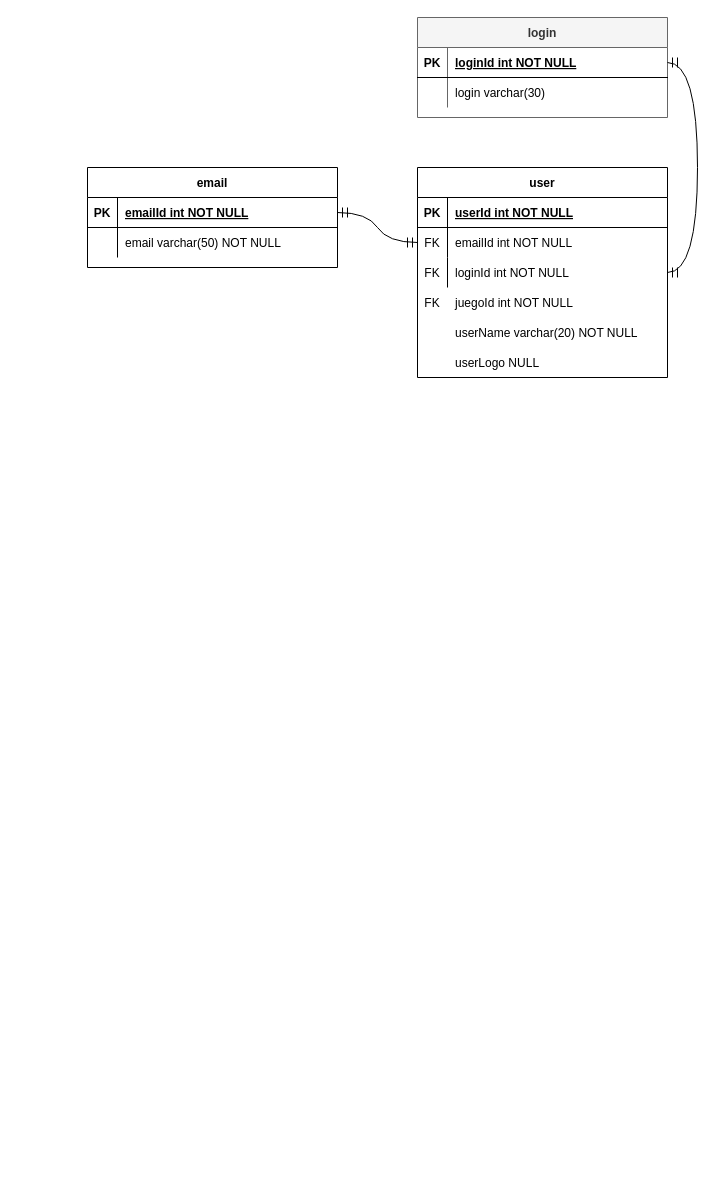
MasacradorM/juegoConjuntos keeps this draw.io diagram as img/Diagrama sin título.drawio. Above is the earlier version. Source tidied: cells renumbered, new cells numbered last; positions are measured from the earlier drawing's top-left corner, leaving out a move shared by most shapes. Both pictures are drawn from the tidied source at 100%, with x=0, y=0 at pixel (87, 17).
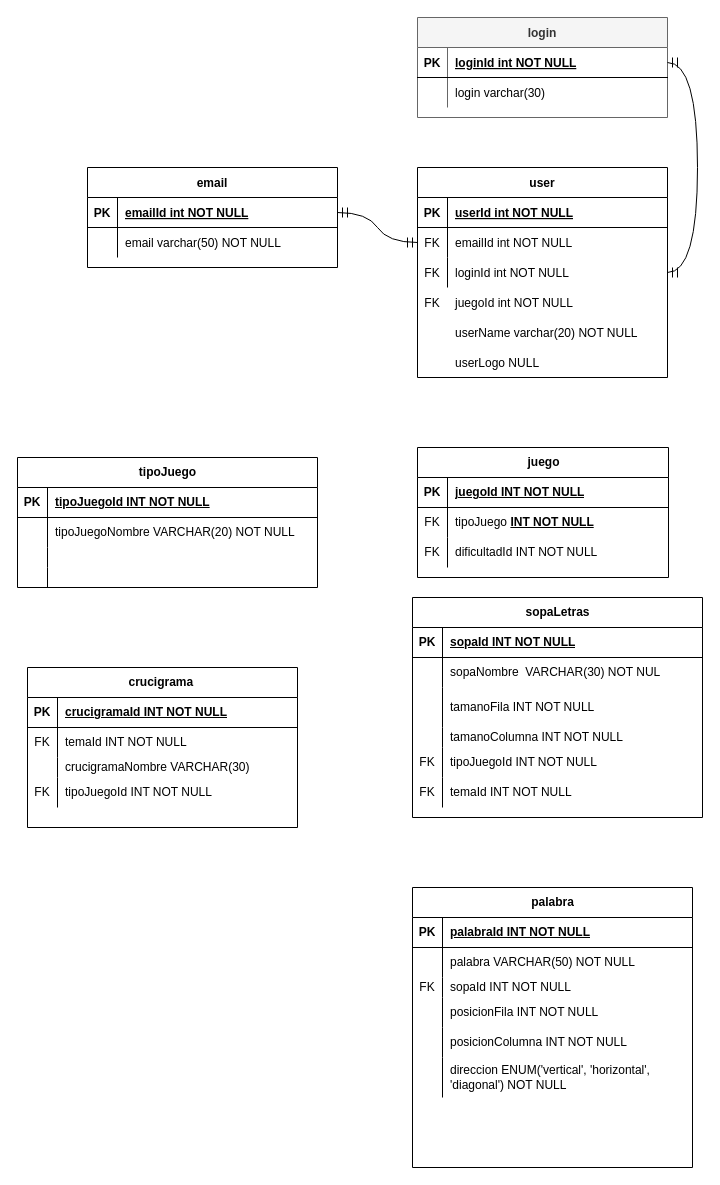
After the change.

The edit, as a diff of the source:
```diff
@@
+    <mxCell id="33" value="juego" style="shape=table;startSize=30;childLayout=tableLayout;rowLines=0;fontStyle=1;align=center;html=1;" parent="1" vertex="1">
+      <mxGeometry x="330" y="430" width="251" height="130" as="geometry" />
+    </mxCell>
+    <mxCell id="34" style="shape=tableRow;horizontal=0;startSize=0;swimlaneHead=0;swimlaneBody=0;fillColor=none;top=0;left=0;right=0;bottom=1;" parent="33" vertex="1">
+      <mxGeometry y="30" width="251" height="30" as="geometry" />
+    </mxCell>
+    <mxCell id="35" value="PK" style="shape=partialRectangle;fillColor=none;top=0;left=0;bottom=0;right=0;fontStyle=1;overflow=hidden;whiteSpace=wrap;html=1;" parent="34" vertex="1">
+      <mxGeometry width="30" height="30" as="geometry" />
+    </mxCell>
+    <mxCell id="36" value="juegoId INT NOT NULL" style="shape=partialRectangle;fillColor=none;top=0;left=0;bottom=0;right=0;align=left;spacingLeft=6;fontStyle=5;overflow=hidden;whiteSpace=wrap;html=1;" parent="34" vertex="1">
+      <mxGeometry x="30" width="221" height="30" as="geometry" />
+    </mxCell>
+    <mxCell id="37" style="shape=tableRow;horizontal=0;startSize=0;swimlaneHead=0;swimlaneBody=0;fillColor=none;top=0;left=0;right=0;bottom=0;" parent="33" vertex="1">
+      <mxGeometry y="60" width="251" height="30" as="geometry" />
+    </mxCell>
+    <mxCell id="38" value="FK" style="shape=partialRectangle;fillColor=none;top=0;left=0;bottom=0;right=0;overflow=hidden;whiteSpace=wrap;html=1;" parent="37" vertex="1">
+      <mxGeometry width="30" height="30" as="geometry" />
+    </mxCell>
+    <mxCell id="39" value="tipoJuego&amp;nbsp;&lt;span style=&quot;font-weight: 700; text-decoration-line: underline;&quot;&gt;INT NOT NULL&lt;/span&gt;" style="shape=partialRectangle;fillColor=none;top=0;left=0;bottom=0;right=0;align=left;spacingLeft=6;overflow=hidden;whiteSpace=wrap;html=1;" parent="37" vertex="1">
+      <mxGeometry x="30" width="221" height="30" as="geometry" />
+    </mxCell>
+    <mxCell id="40" style="shape=tableRow;horizontal=0;startSize=0;swimlaneHead=0;swimlaneBody=0;fillColor=none;top=0;left=0;right=0;bottom=0;" parent="33" vertex="1">
+      <mxGeometry y="90" width="251" height="30" as="geometry" />
+    </mxCell>
+    <mxCell id="41" value="FK" style="shape=partialRectangle;fillColor=none;top=0;left=0;bottom=0;right=0;overflow=hidden;whiteSpace=wrap;html=1;" parent="40" vertex="1">
+      <mxGeometry width="30" height="30" as="geometry" />
+    </mxCell>
+    <mxCell id="42" value="dificultadId INT NOT NULL" style="shape=partialRectangle;fillColor=none;top=0;left=0;bottom=0;right=0;align=left;spacingLeft=6;overflow=hidden;whiteSpace=wrap;html=1;" parent="40" vertex="1">
+      <mxGeometry x="30" width="221" height="30" as="geometry" />
+    </mxCell>
+    <mxCell id="43" value="tipoJuego" style="shape=table;startSize=30;childLayout=tableLayout;rowLines=0;fontStyle=1;align=center;html=1;" parent="1" vertex="1">
+      <mxGeometry x="-70" y="440" width="300" height="130" as="geometry" />
+    </mxCell>
+    <mxCell id="44" style="shape=tableRow;horizontal=0;startSize=0;swimlaneHead=0;swimlaneBody=0;fillColor=none;top=0;left=0;right=0;bottom=1;" parent="43" vertex="1">
+      <mxGeometry y="30" width="300" height="30" as="geometry" />
+    </mxCell>
+    <mxCell id="45" value="PK" style="shape=partialRectangle;fillColor=none;top=0;left=0;bottom=0;right=0;fontStyle=1;overflow=hidden;whiteSpace=wrap;html=1;" parent="44" vertex="1">
+      <mxGeometry width="30" height="30" as="geometry" />
+    </mxCell>
+    <mxCell id="46" value="tipoJuegoId INT NOT NULL" style="shape=partialRectangle;fillColor=none;top=0;left=0;bottom=0;right=0;align=left;spacingLeft=6;fontStyle=5;overflow=hidden;whiteSpace=wrap;html=1;" parent="44" vertex="1">
+      <mxGeometry x="30" width="270" height="30" as="geometry" />
+    </mxCell>
+    <mxCell id="47" style="shape=tableRow;horizontal=0;startSize=0;swimlaneHead=0;swimlaneBody=0;fillColor=none;top=0;left=0;right=0;bottom=0;" parent="43" vertex="1">
+      <mxGeometry y="60" width="300" height="30" as="geometry" />
+    </mxCell>
+    <mxCell id="48" style="shape=partialRectangle;fillColor=none;top=0;left=0;bottom=0;right=0;overflow=hidden;whiteSpace=wrap;html=1;" parent="47" vertex="1">
+      <mxGeometry width="30" height="30" as="geometry" />
+    </mxCell>
+    <mxCell id="49" value="tipoJuegoNombre VARCHAR(20) NOT NULL" style="shape=partialRectangle;fillColor=none;top=0;left=0;bottom=0;right=0;align=left;spacingLeft=6;overflow=hidden;whiteSpace=wrap;html=1;" parent="47" vertex="1">
+      <mxGeometry x="30" width="270" height="30" as="geometry" />
+    </mxCell>
+    <mxCell id="50" style="shape=tableRow;horizontal=0;startSize=0;swimlaneHead=0;swimlaneBody=0;fillColor=none;top=0;left=0;right=0;bottom=0;" parent="43" vertex="1">
+      <mxGeometry y="90" width="300" height="20" as="geometry" />
+    </mxCell>
+    <mxCell id="51" style="shape=partialRectangle;fillColor=none;top=0;left=0;bottom=0;right=0;overflow=hidden;whiteSpace=wrap;html=1;" parent="50" vertex="1">
+      <mxGeometry width="30" height="20" as="geometry" />
+    </mxCell>
+    <mxCell id="52" style="shape=partialRectangle;fillColor=none;top=0;left=0;bottom=0;right=0;align=left;spacingLeft=6;overflow=hidden;whiteSpace=wrap;html=1;" parent="50" vertex="1">
+      <mxGeometry x="30" width="270" height="20" as="geometry" />
+    </mxCell>
+    <mxCell id="53" style="shape=tableRow;horizontal=0;startSize=0;swimlaneHead=0;swimlaneBody=0;fillColor=none;top=0;left=0;right=0;bottom=0;" parent="43" vertex="1">
+      <mxGeometry y="110" width="300" height="20" as="geometry" />
+    </mxCell>
+    <mxCell id="54" style="shape=partialRectangle;fillColor=none;top=0;left=0;bottom=0;right=0;overflow=hidden;whiteSpace=wrap;html=1;" parent="53" vertex="1">
+      <mxGeometry width="30" height="20" as="geometry" />
+    </mxCell>
+    <mxCell id="55" style="shape=partialRectangle;fillColor=none;top=0;left=0;bottom=0;right=0;align=left;spacingLeft=6;overflow=hidden;whiteSpace=wrap;html=1;" parent="53" vertex="1">
+      <mxGeometry x="30" width="270" height="20" as="geometry" />
+    </mxCell>
+    <mxCell id="56" value="crucigrama&amp;nbsp;" style="shape=table;startSize=30;childLayout=tableLayout;rowLines=0;fontStyle=1;align=center;html=1;" parent="1" vertex="1">
+      <mxGeometry x="-60" y="650" width="270" height="160" as="geometry" />
+    </mxCell>
+    <mxCell id="57" style="shape=tableRow;horizontal=0;startSize=0;swimlaneHead=0;swimlaneBody=0;fillColor=none;top=0;left=0;right=0;bottom=1;" parent="56" vertex="1">
+      <mxGeometry y="30" width="270" height="30" as="geometry" />
+    </mxCell>
+    <mxCell id="58" value="PK" style="shape=partialRectangle;fillColor=none;top=0;left=0;bottom=0;right=0;fontStyle=1;overflow=hidden;whiteSpace=wrap;html=1;" parent="57" vertex="1">
+      <mxGeometry width="30" height="30" as="geometry" />
+    </mxCell>
+    <mxCell id="59" value="crucigramaId INT NOT NULL" style="shape=partialRectangle;fillColor=none;top=0;left=0;bottom=0;right=0;align=left;spacingLeft=6;fontStyle=5;overflow=hidden;whiteSpace=wrap;html=1;" parent="57" vertex="1">
+      <mxGeometry x="30" width="240" height="30" as="geometry" />
+    </mxCell>
+    <mxCell id="60" style="shape=tableRow;horizontal=0;startSize=0;swimlaneHead=0;swimlaneBody=0;fillColor=none;top=0;left=0;right=0;bottom=0;" parent="56" vertex="1">
+      <mxGeometry y="60" width="270" height="30" as="geometry" />
+    </mxCell>
+    <mxCell id="61" value="FK" style="shape=partialRectangle;fillColor=none;top=0;left=0;bottom=0;right=0;overflow=hidden;whiteSpace=wrap;html=1;" parent="60" vertex="1">
+      <mxGeometry width="30" height="30" as="geometry" />
+    </mxCell>
+    <mxCell id="62" value="temaId INT NOT NULL" style="shape=partialRectangle;fillColor=none;top=0;left=0;bottom=0;right=0;align=left;spacingLeft=6;overflow=hidden;whiteSpace=wrap;html=1;" parent="60" vertex="1">
+      <mxGeometry x="30" width="240" height="30" as="geometry" />
+    </mxCell>
+    <mxCell id="63" style="shape=tableRow;horizontal=0;startSize=0;swimlaneHead=0;swimlaneBody=0;fillColor=none;top=0;left=0;right=0;bottom=0;" parent="56" vertex="1">
+      <mxGeometry y="90" width="270" height="20" as="geometry" />
+    </mxCell>
+    <mxCell id="64" style="shape=partialRectangle;fillColor=none;top=0;left=0;bottom=0;right=0;overflow=hidden;whiteSpace=wrap;html=1;" parent="63" vertex="1">
+      <mxGeometry width="30" height="20" as="geometry" />
+    </mxCell>
+    <mxCell id="65" value="crucigramaNombre VARCHAR(30)" style="shape=partialRectangle;fillColor=none;top=0;left=0;bottom=0;right=0;align=left;spacingLeft=6;overflow=hidden;whiteSpace=wrap;html=1;" parent="63" vertex="1">
+      <mxGeometry x="30" width="240" height="20" as="geometry" />
+    </mxCell>
+    <mxCell id="66" style="shape=tableRow;horizontal=0;startSize=0;swimlaneHead=0;swimlaneBody=0;fillColor=none;top=0;left=0;right=0;bottom=0;" parent="56" vertex="1">
+      <mxGeometry y="110" width="270" height="30" as="geometry" />
+    </mxCell>
+    <mxCell id="67" value="FK" style="shape=partialRectangle;fillColor=none;top=0;left=0;bottom=0;right=0;overflow=hidden;whiteSpace=wrap;html=1;" parent="66" vertex="1">
+      <mxGeometry width="30" height="30" as="geometry" />
+    </mxCell>
+    <mxCell id="68" value="tipoJuegoId INT NOT NULL" style="shape=partialRectangle;fillColor=none;top=0;left=0;bottom=0;right=0;align=left;spacingLeft=6;overflow=hidden;whiteSpace=wrap;html=1;" parent="66" vertex="1">
+      <mxGeometry x="30" width="240" height="30" as="geometry" />
+    </mxCell>
+    <mxCell id="69" value="sopaLetras" style="shape=table;startSize=30;childLayout=tableLayout;rowLines=0;fontStyle=1;align=center;html=1;" parent="1" vertex="1">
+      <mxGeometry x="325" y="580" width="290" height="220" as="geometry" />
+    </mxCell>
+    <mxCell id="70" style="shape=tableRow;horizontal=0;startSize=0;swimlaneHead=0;swimlaneBody=0;fillColor=none;top=0;left=0;right=0;bottom=1;" parent="69" vertex="1">
+      <mxGeometry y="30" width="290" height="30" as="geometry" />
+    </mxCell>
+    <mxCell id="71" value="PK" style="shape=partialRectangle;fillColor=none;top=0;left=0;bottom=0;right=0;fontStyle=1;overflow=hidden;whiteSpace=wrap;html=1;" parent="70" vertex="1">
+      <mxGeometry width="30" height="30" as="geometry" />
+    </mxCell>
+    <mxCell id="72" value="sopaId INT NOT NULL" style="shape=partialRectangle;fillColor=none;top=0;left=0;bottom=0;right=0;align=left;spacingLeft=6;fontStyle=5;overflow=hidden;whiteSpace=wrap;html=1;" parent="70" vertex="1">
+      <mxGeometry x="30" width="260" height="30" as="geometry" />
+    </mxCell>
+    <mxCell id="73" style="shape=tableRow;horizontal=0;startSize=0;swimlaneHead=0;swimlaneBody=0;fillColor=none;top=0;left=0;right=0;bottom=0;" parent="69" vertex="1">
+      <mxGeometry y="60" width="290" height="30" as="geometry" />
+    </mxCell>
+    <mxCell id="74" style="shape=partialRectangle;fillColor=none;top=0;left=0;bottom=0;right=0;overflow=hidden;whiteSpace=wrap;html=1;" parent="73" vertex="1">
+      <mxGeometry width="30" height="30" as="geometry" />
+    </mxCell>
+    <mxCell id="75" value="sopaNombre&amp;nbsp; VARCHAR(30) NOT NUL" style="shape=partialRectangle;fillColor=none;top=0;left=0;bottom=0;right=0;align=left;spacingLeft=6;overflow=hidden;whiteSpace=wrap;html=1;" parent="73" vertex="1">
+      <mxGeometry x="30" width="260" height="30" as="geometry" />
+    </mxCell>
+    <mxCell id="76" style="shape=tableRow;horizontal=0;startSize=0;swimlaneHead=0;swimlaneBody=0;fillColor=none;top=0;left=0;right=0;bottom=0;" parent="69" vertex="1">
+      <mxGeometry y="90" width="290" height="40" as="geometry" />
+    </mxCell>
+    <mxCell id="77" style="shape=partialRectangle;fillColor=none;top=0;left=0;bottom=0;right=0;overflow=hidden;whiteSpace=wrap;html=1;" parent="76" vertex="1">
+      <mxGeometry width="30" height="40" as="geometry" />
+    </mxCell>
+    <mxCell id="78" value="tamanoFila INT NOT NULL" style="shape=partialRectangle;fillColor=none;top=0;left=0;bottom=0;right=0;align=left;spacingLeft=6;overflow=hidden;whiteSpace=wrap;html=1;" parent="76" vertex="1">
+      <mxGeometry x="30" width="260" height="40" as="geometry" />
+    </mxCell>
+    <mxCell id="79" style="shape=tableRow;horizontal=0;startSize=0;swimlaneHead=0;swimlaneBody=0;fillColor=none;top=0;left=0;right=0;bottom=0;" parent="69" vertex="1">
+      <mxGeometry y="130" width="290" height="20" as="geometry" />
+    </mxCell>
+    <mxCell id="80" style="shape=partialRectangle;fillColor=none;top=0;left=0;bottom=0;right=0;overflow=hidden;whiteSpace=wrap;html=1;" parent="79" vertex="1">
+      <mxGeometry width="30" height="20" as="geometry" />
+    </mxCell>
+    <mxCell id="81" value="tamanoColumna INT NOT NULL" style="shape=partialRectangle;fillColor=none;top=0;left=0;bottom=0;right=0;align=left;spacingLeft=6;overflow=hidden;whiteSpace=wrap;html=1;" parent="79" vertex="1">
+      <mxGeometry x="30" width="260" height="20" as="geometry" />
+    </mxCell>
+    <mxCell id="82" style="shape=tableRow;horizontal=0;startSize=0;swimlaneHead=0;swimlaneBody=0;fillColor=none;top=0;left=0;right=0;bottom=0;" parent="69" vertex="1">
+      <mxGeometry y="150" width="290" height="30" as="geometry" />
+    </mxCell>
+    <mxCell id="83" value="FK" style="shape=partialRectangle;fillColor=none;top=0;left=0;bottom=0;right=0;overflow=hidden;whiteSpace=wrap;html=1;" parent="82" vertex="1">
+      <mxGeometry width="30" height="30" as="geometry" />
+    </mxCell>
+    <mxCell id="84" value="tipoJuegoId INT NOT NULL" style="shape=partialRectangle;fillColor=none;top=0;left=0;bottom=0;right=0;align=left;spacingLeft=6;overflow=hidden;whiteSpace=wrap;html=1;" parent="82" vertex="1">
+      <mxGeometry x="30" width="260" height="30" as="geometry" />
+    </mxCell>
+    <mxCell id="85" style="shape=tableRow;horizontal=0;startSize=0;swimlaneHead=0;swimlaneBody=0;fillColor=none;top=0;left=0;right=0;bottom=0;" parent="69" vertex="1">
+      <mxGeometry y="180" width="290" height="30" as="geometry" />
+    </mxCell>
+    <mxCell id="86" value="FK" style="shape=partialRectangle;fillColor=none;top=0;left=0;bottom=0;right=0;overflow=hidden;whiteSpace=wrap;html=1;" parent="85" vertex="1">
+      <mxGeometry width="30" height="30" as="geometry" />
+    </mxCell>
+    <mxCell id="87" value="temaId INT NOT NULL" style="shape=partialRectangle;fillColor=none;top=0;left=0;bottom=0;right=0;align=left;spacingLeft=6;overflow=hidden;whiteSpace=wrap;html=1;" parent="85" vertex="1">
+      <mxGeometry x="30" width="260" height="30" as="geometry" />
+    </mxCell>
+    <mxCell id="88" value="palabra" style="shape=table;startSize=30;childLayout=tableLayout;rowLines=0;fontStyle=1;align=center;html=1;" parent="1" vertex="1">
+      <mxGeometry x="325" y="870" width="280" height="280" as="geometry" />
+    </mxCell>
+    <mxCell id="89" style="shape=tableRow;horizontal=0;startSize=0;swimlaneHead=0;swimlaneBody=0;fillColor=none;top=0;left=0;right=0;bottom=1;" parent="88" vertex="1">
+      <mxGeometry y="30" width="280" height="30" as="geometry" />
+    </mxCell>
+    <mxCell id="90" value="PK" style="shape=partialRectangle;fillColor=none;top=0;left=0;bottom=0;right=0;fontStyle=1;overflow=hidden;whiteSpace=wrap;html=1;" parent="89" vertex="1">
+      <mxGeometry width="30" height="30" as="geometry" />
+    </mxCell>
+    <mxCell id="91" value="palabraId INT NOT NULL" style="shape=partialRectangle;fillColor=none;top=0;left=0;bottom=0;right=0;align=left;spacingLeft=6;fontStyle=5;overflow=hidden;whiteSpace=wrap;html=1;" parent="89" vertex="1">
+      <mxGeometry x="30" width="250" height="30" as="geometry" />
+    </mxCell>
+    <mxCell id="92" style="shape=tableRow;horizontal=0;startSize=0;swimlaneHead=0;swimlaneBody=0;fillColor=none;top=0;left=0;right=0;bottom=0;" parent="88" vertex="1">
+      <mxGeometry y="60" width="280" height="30" as="geometry" />
+    </mxCell>
+    <mxCell id="93" style="shape=partialRectangle;fillColor=none;top=0;left=0;bottom=0;right=0;overflow=hidden;whiteSpace=wrap;html=1;" parent="92" vertex="1">
+      <mxGeometry width="30" height="30" as="geometry" />
+    </mxCell>
+    <mxCell id="94" value="palabra VARCHAR(50) NOT NULL" style="shape=partialRectangle;fillColor=none;top=0;left=0;bottom=0;right=0;align=left;spacingLeft=6;overflow=hidden;whiteSpace=wrap;html=1;" parent="92" vertex="1">
+      <mxGeometry x="30" width="250" height="30" as="geometry" />
+    </mxCell>
+    <mxCell id="95" style="shape=tableRow;horizontal=0;startSize=0;swimlaneHead=0;swimlaneBody=0;fillColor=none;top=0;left=0;right=0;bottom=0;" parent="88" vertex="1">
+      <mxGeometry y="90" width="280" height="20" as="geometry" />
+    </mxCell>
+    <mxCell id="96" value="FK" style="shape=partialRectangle;fillColor=none;top=0;left=0;bottom=0;right=0;overflow=hidden;whiteSpace=wrap;html=1;" parent="95" vertex="1">
+      <mxGeometry width="30" height="20" as="geometry" />
+    </mxCell>
+    <mxCell id="97" value="sopaId INT NOT NULL" style="shape=partialRectangle;fillColor=none;top=0;left=0;bottom=0;right=0;align=left;spacingLeft=6;overflow=hidden;whiteSpace=wrap;html=1;" parent="95" vertex="1">
+      <mxGeometry x="30" width="250" height="20" as="geometry" />
+    </mxCell>
+    <mxCell id="98" style="shape=tableRow;horizontal=0;startSize=0;swimlaneHead=0;swimlaneBody=0;fillColor=none;top=0;left=0;right=0;bottom=0;" parent="88" vertex="1">
+      <mxGeometry y="110" width="280" height="30" as="geometry" />
+    </mxCell>
+    <mxCell id="99" style="shape=partialRectangle;fillColor=none;top=0;left=0;bottom=0;right=0;overflow=hidden;whiteSpace=wrap;html=1;" parent="98" vertex="1">
+      <mxGeometry width="30" height="30" as="geometry" />
+    </mxCell>
+    <mxCell id="100" value="posicionFila INT NOT NULL" style="shape=partialRectangle;fillColor=none;top=0;left=0;bottom=0;right=0;align=left;spacingLeft=6;overflow=hidden;whiteSpace=wrap;html=1;" parent="98" vertex="1">
+      <mxGeometry x="30" width="250" height="30" as="geometry" />
+    </mxCell>
+    <mxCell id="101" style="shape=tableRow;horizontal=0;startSize=0;swimlaneHead=0;swimlaneBody=0;fillColor=none;top=0;left=0;right=0;bottom=0;" parent="88" vertex="1">
+      <mxGeometry y="140" width="280" height="30" as="geometry" />
+    </mxCell>
+    <mxCell id="102" style="shape=partialRectangle;fillColor=none;top=0;left=0;bottom=0;right=0;overflow=hidden;whiteSpace=wrap;html=1;" parent="101" vertex="1">
+      <mxGeometry width="30" height="30" as="geometry" />
+    </mxCell>
+    <mxCell id="103" value="posicionColumna INT NOT NULL" style="shape=partialRectangle;fillColor=none;top=0;left=0;bottom=0;right=0;align=left;spacingLeft=6;overflow=hidden;whiteSpace=wrap;html=1;" parent="101" vertex="1">
+      <mxGeometry x="30" width="250" height="30" as="geometry" />
+    </mxCell>
+    <mxCell id="104" style="shape=tableRow;horizontal=0;startSize=0;swimlaneHead=0;swimlaneBody=0;fillColor=none;top=0;left=0;right=0;bottom=0;" parent="88" vertex="1">
+      <mxGeometry y="170" width="280" height="40" as="geometry" />
+    </mxCell>
+    <mxCell id="105" style="shape=partialRectangle;fillColor=none;top=0;left=0;bottom=0;right=0;overflow=hidden;whiteSpace=wrap;html=1;" parent="104" vertex="1">
+      <mxGeometry width="30" height="40" as="geometry" />
+    </mxCell>
+    <mxCell id="106" value="direccion ENUM('vertical', 'horizontal', 'diagonal') NOT NULL" style="shape=partialRectangle;fillColor=none;top=0;left=0;bottom=0;right=0;align=left;spacingLeft=6;overflow=hidden;whiteSpace=wrap;html=1;" parent="104" vertex="1">
+      <mxGeometry x="30" width="250" height="40" as="geometry" />
+    </mxCell>
```
